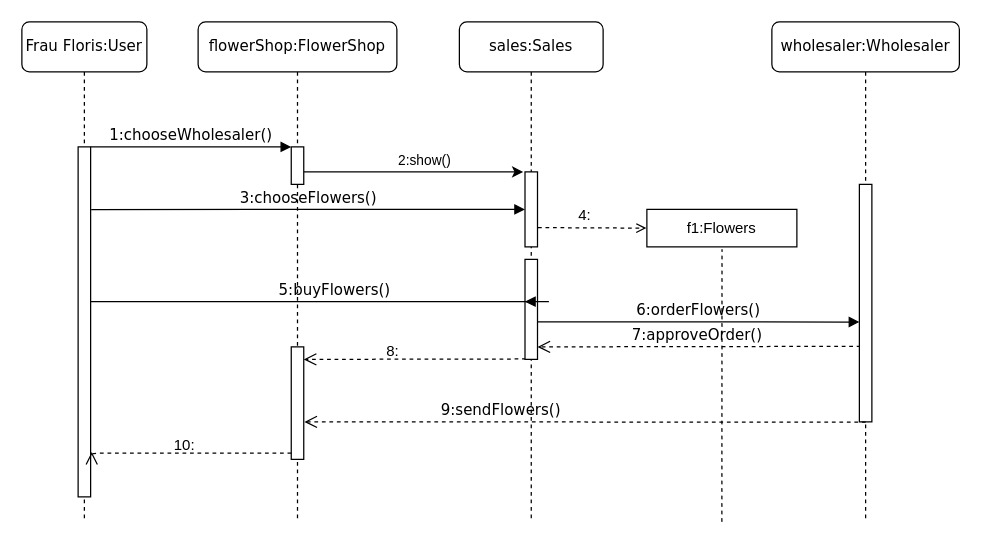
Before: src/main/asciidoc/models/analysis/sequencediagram101.drawio in mrEkso/Flower-Shop-Management-System, a draw.io diagram. Source tidied: cells renumbered, new cells numbered last; positions are measured from the earlier drawing's top-left corner, leaving out a move shared by most shapes. Both pictures are drawn from the tidied source at 125%, with x=0, y=0 at pixel (21, 21).
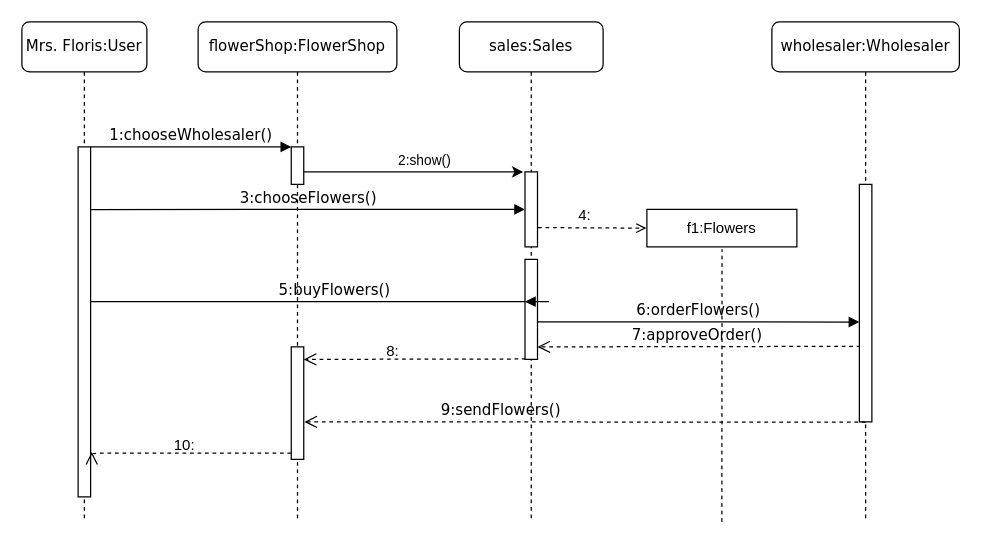
Above is the later version.

Diff of the diagram source:
```diff
@@
-    <mxCell id="18" value="Frau Floris:User" style="shape=umlLifeline;perimeter=lifelinePerimeter;whiteSpace=wrap;html=1;rounded=1;shadow=0;comic=0;labelBackgroundColor=none;strokeWidth=1;fontFamily=Verdana;fontSize=12;align=center;" parent="1" vertex="1">
+    <mxCell id="18" value="Mrs. Floris:User" style="shape=umlLifeline;perimeter=lifelinePerimeter;whiteSpace=wrap;html=1;rounded=1;shadow=0;comic=0;labelBackgroundColor=none;strokeWidth=1;fontFamily=Verdana;fontSize=12;align=center;" parent="1" vertex="1">
       <mxGeometry width="100" height="400" as="geometry" />
     </mxCell>
```
